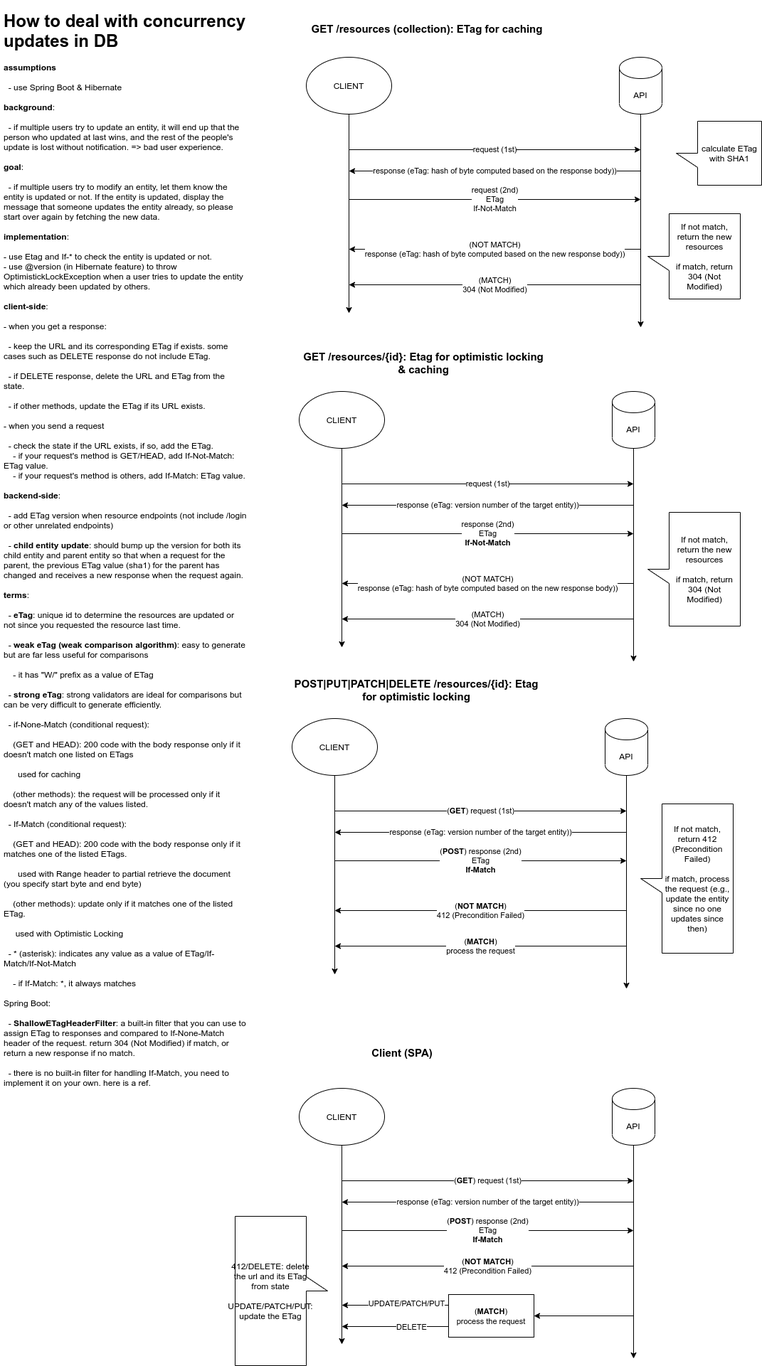
Before: optimistic-locking-with-rest-api.png, a diagram exported from draw.io (stsiwo/e-commerce-starter-kits). Source tidied: cells renumbered, new cells last; positions are measured from the earlier drawing's top-left corner, leaving out a move shared by most shapes.
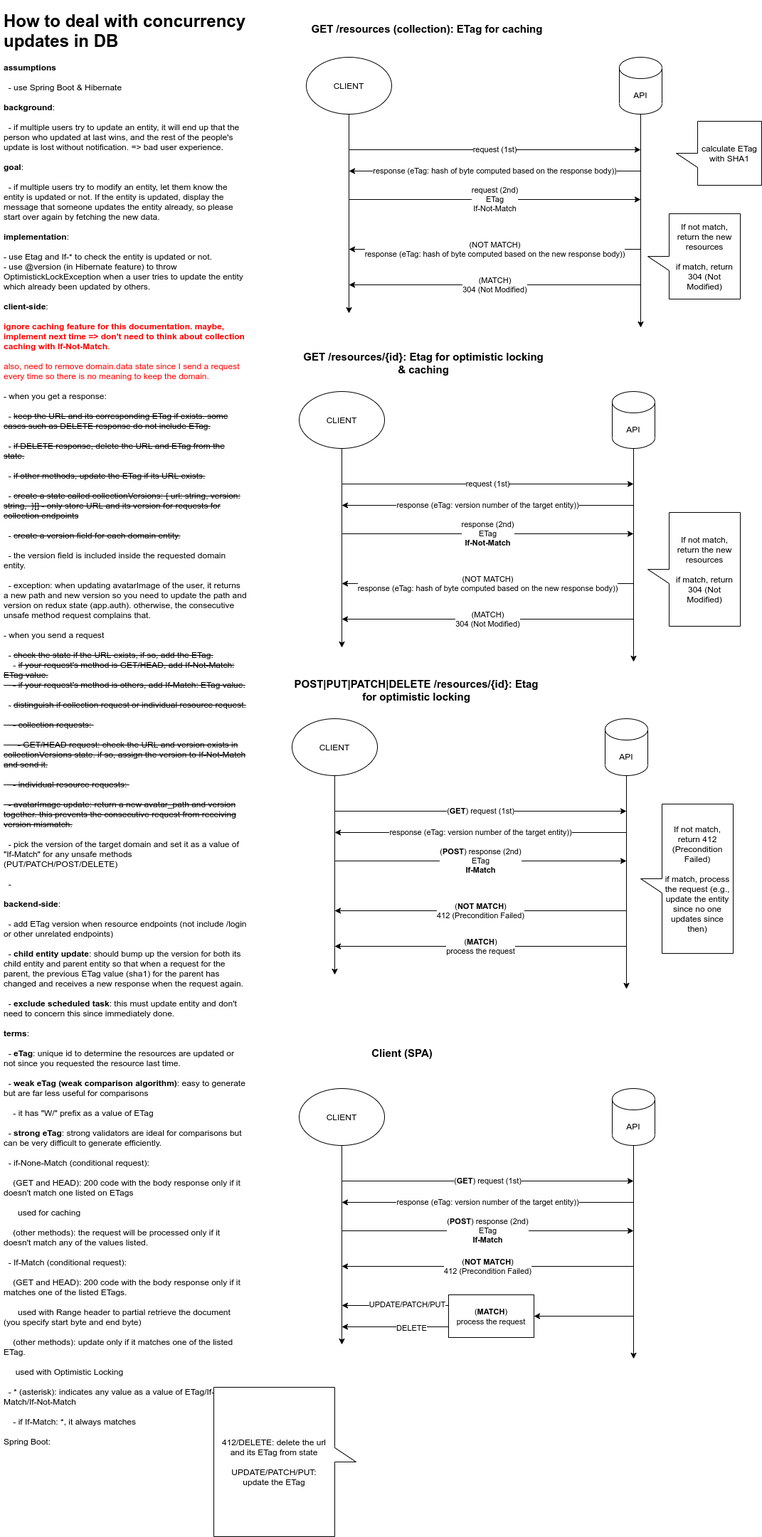
Later version of the same file.

Diff of the diagram source:
```diff
@@ -2,8 +2,8 @@
   <root>
     <mxCell id="0" />
     <mxCell id="1" parent="0" />
-    <mxCell id="2" value="&lt;h1&gt;How to deal with concurrency updates in DB&lt;/h1&gt;&lt;div&gt;&lt;b&gt;assumptions&lt;/b&gt;&lt;/div&gt;&lt;div&gt;&lt;br&gt;&lt;/div&gt;&lt;div&gt;&amp;nbsp; - use Spring Boot &amp;amp; Hibernate&amp;nbsp;&lt;/div&gt;&lt;div&gt;&lt;br&gt;&lt;/div&gt;&lt;div&gt;&lt;b&gt;background&lt;/b&gt;:&lt;/div&gt;&lt;div&gt;&lt;br&gt;&lt;/div&gt;&lt;div&gt;&amp;nbsp; - if multiple users try to update an entity, it will end up that the person who updated at last wins, and the rest of the people's update is lost without notification. =&amp;gt; bad user experience.&lt;/div&gt;&lt;div&gt;&lt;br&gt;&lt;/div&gt;&lt;div&gt;&lt;b&gt;goal&lt;/b&gt;:&lt;/div&gt;&lt;div&gt;&lt;br&gt;&lt;/div&gt;&lt;div&gt;&amp;nbsp; - if multiple users try to modify an entity, let them know the entity is updated or not. If the entity is updated, display the message that someone updates the entity already, so please start over again by fetching the new data.&lt;/div&gt;&lt;div&gt;&lt;br&gt;&lt;/div&gt;&lt;div&gt;&lt;b&gt;implementation&lt;/b&gt;:&amp;nbsp;&lt;/div&gt;&lt;div&gt;&lt;br&gt;&lt;/div&gt;&lt;div&gt;- use Etag and If-* to check the entity is updated or not.&lt;/div&gt;&lt;div&gt;- use @version (in Hibernate feature) to throw OptimistickLockException when a user tries to update the entity which already been updated by others.&lt;/div&gt;&lt;div&gt;&lt;br&gt;&lt;/div&gt;&lt;div&gt;&lt;b&gt;client-side&lt;/b&gt;:&amp;nbsp;&lt;/div&gt;&lt;div&gt;&lt;br&gt;&lt;/div&gt;&lt;div&gt;- when you get a response:&lt;/div&gt;&lt;div&gt;&lt;br&gt;&lt;/div&gt;&lt;div&gt;&amp;nbsp; - keep the URL and its corresponding ETag if exists. some cases such as DELETE response do not include ETag.&lt;/div&gt;&lt;div&gt;&lt;br&gt;&lt;/div&gt;&lt;div&gt;&amp;nbsp; - if DELETE response, delete the URL and ETag from the state.&lt;/div&gt;&lt;div&gt;&lt;br&gt;&lt;/div&gt;&lt;div&gt;&amp;nbsp; - if other methods, update the ETag if its URL exists.&lt;/div&gt;&lt;div&gt;&lt;br&gt;&lt;/div&gt;&lt;div&gt;- when you send a request&amp;nbsp;&lt;/div&gt;&lt;div&gt;&lt;br&gt;&lt;/div&gt;&lt;div&gt;&amp;nbsp; - check the state if the URL exists, if so, add the ETag.&lt;/div&gt;&lt;div&gt;&amp;nbsp; &amp;nbsp; - if your request's method is GET/HEAD, add If-Not-Match: ETag value.&lt;/div&gt;&lt;div&gt;&amp;nbsp; &amp;nbsp; - if your request's method is others, add If-Match: ETag value.&lt;/div&gt;&lt;div&gt;&lt;br&gt;&lt;/div&gt;&lt;div&gt;&lt;b&gt;backend-side&lt;/b&gt;:&amp;nbsp;&lt;/div&gt;&lt;div&gt;&lt;br&gt;&lt;/div&gt;&lt;div&gt;&amp;nbsp; - add ETag version when resource endpoints (not include /login or other unrelated endpoints)&lt;/div&gt;&lt;div&gt;&lt;br&gt;&lt;/div&gt;&lt;div&gt;&amp;nbsp; - &lt;b&gt;child entity update&lt;/b&gt;: should bump up the version for both its child entity and parent entity so that when a request for the parent, the previous ETag value (sha1) for the parent has changed and receives a new response when the request again.&lt;/div&gt;&lt;div&gt;&lt;br&gt;&lt;/div&gt;&lt;div&gt;&lt;b&gt;terms&lt;/b&gt;:&lt;/div&gt;&lt;div&gt;&lt;br&gt;&lt;/div&gt;&lt;div&gt;&amp;nbsp; - &lt;b&gt;eTag&lt;/b&gt;: unique id to determine the resources are updated or not since you requested the resource last time.&lt;/div&gt;&lt;div&gt;&lt;br&gt;&lt;/div&gt;&lt;div&gt;&amp;nbsp; - &lt;b&gt;weak eTag (weak comparison algorithm)&lt;/b&gt;: easy to generate but are far less useful for comparisons&lt;/div&gt;&lt;div&gt;&lt;br&gt;&lt;/div&gt;&lt;div&gt;&amp;nbsp; &amp;nbsp; - it has &quot;W/&quot; prefix as a value of ETag&lt;/div&gt;&lt;div&gt;&lt;br&gt;&lt;/div&gt;&lt;div&gt;&amp;nbsp; - &lt;b&gt;strong eTag&lt;/b&gt;: strong validators are ideal for comparisons but can be very difficult to generate efficiently.&amp;nbsp;&lt;/div&gt;&lt;div&gt;&lt;br&gt;&lt;/div&gt;&lt;div&gt;&amp;nbsp; - if-None-Match (conditional request):&amp;nbsp;&lt;/div&gt;&lt;div&gt;&lt;br&gt;&lt;/div&gt;&lt;div&gt;&amp;nbsp; &amp;nbsp; (GET and HEAD): 200 code with the body response only if it doesn't match one listed on ETags&lt;/div&gt;&lt;div&gt;&lt;br&gt;&lt;/div&gt;&lt;div&gt;&amp;nbsp; &amp;nbsp; &amp;nbsp; used for caching&lt;/div&gt;&lt;div&gt;&lt;br&gt;&lt;/div&gt;&lt;div&gt;&amp;nbsp; &amp;nbsp; (other methods): the request will be processed only if it doesn't match any of the values listed.&lt;/div&gt;&lt;div&gt;&lt;br&gt;&lt;/div&gt;&lt;div&gt;&amp;nbsp; - If-Match (conditional request):&lt;/div&gt;&lt;div&gt;&lt;br&gt;&lt;/div&gt;&lt;div&gt;&amp;nbsp; &amp;nbsp; (GET and HEAD): 200 code with the body response only if it matches one of the listed ETags.&lt;/div&gt;&lt;div&gt;&amp;nbsp;&lt;/div&gt;&lt;div&gt;&amp;nbsp; &amp;nbsp; &amp;nbsp; used with Range header to partial retrieve the document (you specify start byte and end byte)&lt;/div&gt;&lt;div&gt;&lt;br&gt;&lt;/div&gt;&lt;div&gt;&amp;nbsp; &amp;nbsp; (other methods): update only if it matches one of the listed ETag.&lt;/div&gt;&lt;div&gt;&lt;br&gt;&lt;/div&gt;&lt;div&gt;&amp;nbsp; &amp;nbsp; &amp;nbsp;used with Optimistic Locking&lt;/div&gt;&lt;div&gt;&lt;br&gt;&lt;/div&gt;&lt;div&gt;&amp;nbsp; - * (asterisk): indicates any value as a value of ETag/If-Match/If-Not-Match&lt;/div&gt;&lt;div&gt;&lt;br&gt;&lt;/div&gt;&lt;div&gt;&amp;nbsp; &amp;nbsp; - if If-Match: *, it always matches&lt;/div&gt;&lt;div&gt;&lt;br&gt;&lt;/div&gt;&lt;div&gt;Spring Boot:&amp;nbsp;&lt;/div&gt;&lt;div&gt;&lt;br&gt;&lt;/div&gt;&lt;div&gt;&amp;nbsp; - &lt;b&gt;&lt;a href=&quot;https://docs.spring.io/spring-framework/docs/current/javadoc-api/org/springframework/web/filter/ShallowEtagHeaderFilter.html&quot;&gt;ShallowETagHeaderFilter&lt;/a&gt;&lt;/b&gt;: a built-in filter that you can use to assign ETag to responses and compared to If-None-Match header of the request. return 304 (Not Modified) if match, or return a new response if no match.&amp;nbsp;&lt;/div&gt;&lt;div&gt;&lt;br&gt;&lt;/div&gt;&lt;div&gt;&amp;nbsp; - there is no built-in filter for handling If-Match, you need to implement it on your own. here is &lt;a href=&quot;https://www.novatec-gmbh.de/en/blog/managing-concurrency-in-a-distributed-restful-environment-with-spring-boot-and-angular2/&quot;&gt;a ref&lt;/a&gt;.&lt;/div&gt;" style="text;html=1;strokeColor=none;fillColor=none;spacing=5;spacingTop=-20;whiteSpace=wrap;overflow=hidden;rounded=0;" parent="1" vertex="1">
-      <mxGeometry width="350" height="1650" as="geometry" />
+    <mxCell id="2" value="&lt;h1&gt;How to deal with concurrency updates in DB&lt;/h1&gt;&lt;div&gt;&lt;b&gt;assumptions&lt;/b&gt;&lt;/div&gt;&lt;div&gt;&lt;br&gt;&lt;/div&gt;&lt;div&gt;&amp;nbsp; - use Spring Boot &amp;amp; Hibernate&amp;nbsp;&lt;/div&gt;&lt;div&gt;&lt;br&gt;&lt;/div&gt;&lt;div&gt;&lt;b&gt;background&lt;/b&gt;:&lt;/div&gt;&lt;div&gt;&lt;br&gt;&lt;/div&gt;&lt;div&gt;&amp;nbsp; - if multiple users try to update an entity, it will end up that the person who updated at last wins, and the rest of the people's update is lost without notification. =&amp;gt; bad user experience.&lt;/div&gt;&lt;div&gt;&lt;br&gt;&lt;/div&gt;&lt;div&gt;&lt;b&gt;goal&lt;/b&gt;:&lt;/div&gt;&lt;div&gt;&lt;br&gt;&lt;/div&gt;&lt;div&gt;&amp;nbsp; - if multiple users try to modify an entity, let them know the entity is updated or not. If the entity is updated, display the message that someone updates the entity already, so please start over again by fetching the new data.&lt;/div&gt;&lt;div&gt;&lt;br&gt;&lt;/div&gt;&lt;div&gt;&lt;b&gt;implementation&lt;/b&gt;:&amp;nbsp;&lt;/div&gt;&lt;div&gt;&lt;br&gt;&lt;/div&gt;&lt;div&gt;- use Etag and If-* to check the entity is updated or not.&lt;/div&gt;&lt;div&gt;- use @version (in Hibernate feature) to throw OptimistickLockException when a user tries to update the entity which already been updated by others.&lt;/div&gt;&lt;div&gt;&lt;br&gt;&lt;/div&gt;&lt;div&gt;&lt;b&gt;client-side&lt;/b&gt;:&amp;nbsp;&lt;/div&gt;&lt;div&gt;&lt;br&gt;&lt;/div&gt;&lt;div&gt;&lt;font color=&quot;#ff0000&quot;&gt;&lt;b&gt;ignore caching feature for this documentation. maybe, implement next time =&amp;gt; don't need to think about collection caching with If-Not-Match&lt;/b&gt;.&lt;/font&gt;&lt;/div&gt;&lt;div&gt;&lt;font color=&quot;#ff0000&quot;&gt;&lt;br&gt;&lt;/font&gt;&lt;/div&gt;&lt;div&gt;&lt;font color=&quot;#ff0000&quot;&gt;also, need to remove domain.data state since I send a request every time so there is no meaning to keep the domain.&lt;/font&gt;&lt;/div&gt;&lt;div&gt;&lt;br&gt;&lt;/div&gt;&lt;div&gt;- when you get a response:&lt;/div&gt;&lt;div&gt;&lt;br&gt;&lt;/div&gt;&lt;div&gt;&amp;nbsp; - &lt;strike&gt;keep the URL and its corresponding ETag if exists. some cases such as DELETE response do not include ETag.&lt;/strike&gt;&lt;/div&gt;&lt;div&gt;&lt;br&gt;&lt;/div&gt;&lt;div&gt;&amp;nbsp; - &lt;strike&gt;if DELETE response, delete the URL and ETag from the state.&lt;/strike&gt;&lt;/div&gt;&lt;div&gt;&lt;br&gt;&lt;/div&gt;&lt;div&gt;&amp;nbsp; - &lt;strike&gt;if other methods, update the ETag if its URL exists.&lt;/strike&gt;&lt;/div&gt;&lt;div&gt;&lt;br&gt;&lt;/div&gt;&lt;div&gt;&amp;nbsp; - &lt;strike&gt;create a state called collectionVersions: { url: string, version: string,&amp;nbsp; }[] - only store URL and its version for requests for collection endpoints&lt;/strike&gt;&lt;/div&gt;&lt;div&gt;&lt;br&gt;&lt;/div&gt;&lt;div&gt;&amp;nbsp; - &lt;strike&gt;create a version field for each domain entity.&lt;/strike&gt;&lt;/div&gt;&lt;div&gt;&lt;br&gt;&lt;/div&gt;&lt;div&gt;&amp;nbsp; - the version field is included inside the requested domain entity.&lt;/div&gt;&lt;div&gt;&lt;br&gt;&lt;/div&gt;&lt;div&gt;&amp;nbsp; - exception: when updating avatarImage of the user, it returns a new path and new version so you need to update the path and version on redux state (app.auth). otherwise, the consecutive unsafe method request complains that.&amp;nbsp;&lt;/div&gt;&lt;div&gt;&lt;br&gt;&lt;/div&gt;&lt;div&gt;- when you send a request&amp;nbsp;&lt;/div&gt;&lt;div&gt;&lt;br&gt;&lt;/div&gt;&lt;div&gt;&amp;nbsp; - &lt;strike&gt;check the state if the URL exists, if so, add the ETag.&lt;/strike&gt;&lt;/div&gt;&lt;div&gt;&amp;nbsp; &amp;nbsp; - &lt;strike&gt;if your request's method is GET/HEAD, add If-Not-Match: ETag value.&lt;/strike&gt;&lt;/div&gt;&lt;div&gt;&lt;strike&gt;&amp;nbsp; &amp;nbsp; - if your request's method is others, add If-Match: ETag value.&lt;/strike&gt;&lt;/div&gt;&lt;div&gt;&lt;br&gt;&lt;/div&gt;&lt;div&gt;&amp;nbsp; - &lt;strike&gt;distinguish if collection request or individual resource request.&lt;/strike&gt;&lt;/div&gt;&lt;div&gt;&lt;strike&gt;&lt;br&gt;&lt;/strike&gt;&lt;/div&gt;&lt;div&gt;&lt;strike&gt;&amp;nbsp; &amp;nbsp; - collection requests:&amp;nbsp;&lt;/strike&gt;&lt;/div&gt;&lt;div&gt;&lt;strike&gt;&lt;br&gt;&lt;/strike&gt;&lt;/div&gt;&lt;div&gt;&lt;strike&gt;&amp;nbsp; &amp;nbsp; &amp;nbsp; - GET/HEAD request: check the URL and version exists in collectionVersions state. if so, assign the version to If-Not-Match and send it.&lt;/strike&gt;&lt;/div&gt;&lt;div&gt;&lt;strike&gt;&lt;br&gt;&lt;/strike&gt;&lt;/div&gt;&lt;div&gt;&lt;strike&gt;&amp;nbsp; &amp;nbsp; - individual resource requests:&amp;nbsp;&lt;/strike&gt;&lt;/div&gt;&lt;div&gt;&lt;strike&gt;&lt;br&gt;&lt;/strike&gt;&lt;/div&gt;&lt;div&gt;&lt;strike&gt;&amp;nbsp; - avatarImage update: return a new avatar_path and version together. this prevents the consecutive request from receiving version mismatch.&lt;/strike&gt;&lt;/div&gt;&lt;div&gt;&lt;br&gt;&lt;/div&gt;&lt;div&gt;&amp;nbsp; - pick the version of the target domain and set it as a value of &quot;If-Match&quot; for any unsafe methods (PUT/PATCH/POST/DELETE)&lt;/div&gt;&lt;div&gt;&lt;br&gt;&lt;/div&gt;&lt;div&gt;&amp;nbsp; -&amp;nbsp;&lt;/div&gt;&lt;div&gt;&lt;br&gt;&lt;/div&gt;&lt;div&gt;&lt;b&gt;backend-side&lt;/b&gt;:&amp;nbsp;&lt;/div&gt;&lt;div&gt;&lt;br&gt;&lt;/div&gt;&lt;div&gt;&amp;nbsp; - add ETag version when resource endpoints (not include /login or other unrelated endpoints)&lt;/div&gt;&lt;div&gt;&lt;br&gt;&lt;/div&gt;&lt;div&gt;&amp;nbsp; - &lt;b&gt;child entity update&lt;/b&gt;: should bump up the version for both its child entity and parent entity so that when a request for the parent, the previous ETag value (sha1) for the parent has changed and receives a new response when the request again.&lt;/div&gt;&lt;div&gt;&lt;br&gt;&lt;/div&gt;&lt;div&gt;&amp;nbsp; - &lt;b&gt;exclude scheduled task&lt;/b&gt;: this must update entity and don't need to concern this since immediately done.&amp;nbsp;&lt;/div&gt;&lt;div&gt;&lt;br&gt;&lt;/div&gt;&lt;div&gt;&lt;b&gt;terms&lt;/b&gt;:&lt;/div&gt;&lt;div&gt;&lt;br&gt;&lt;/div&gt;&lt;div&gt;&amp;nbsp; - &lt;b&gt;eTag&lt;/b&gt;: unique id to determine the resources are updated or not since you requested the resource last time.&lt;/div&gt;&lt;div&gt;&lt;br&gt;&lt;/div&gt;&lt;div&gt;&amp;nbsp; - &lt;b&gt;weak eTag (weak comparison algorithm)&lt;/b&gt;: easy to generate but are far less useful for comparisons&lt;/div&gt;&lt;div&gt;&lt;br&gt;&lt;/div&gt;&lt;div&gt;&amp;nbsp; &amp;nbsp; - it has &quot;W/&quot; prefix as a value of ETag&lt;/div&gt;&lt;div&gt;&lt;br&gt;&lt;/div&gt;&lt;div&gt;&amp;nbsp; - &lt;b&gt;strong eTag&lt;/b&gt;: strong validators are ideal for comparisons but can be very difficult to generate efficiently.&amp;nbsp;&lt;/div&gt;&lt;div&gt;&lt;br&gt;&lt;/div&gt;&lt;div&gt;&amp;nbsp; - if-None-Match (conditional request):&amp;nbsp;&lt;/div&gt;&lt;div&gt;&lt;br&gt;&lt;/div&gt;&lt;div&gt;&amp;nbsp; &amp;nbsp; (GET and HEAD): 200 code with the body response only if it doesn't match one listed on ETags&lt;/div&gt;&lt;div&gt;&lt;br&gt;&lt;/div&gt;&lt;div&gt;&amp;nbsp; &amp;nbsp; &amp;nbsp; used for caching&lt;/div&gt;&lt;div&gt;&lt;br&gt;&lt;/div&gt;&lt;div&gt;&amp;nbsp; &amp;nbsp; (other methods): the request will be processed only if it doesn't match any of the values listed.&lt;/div&gt;&lt;div&gt;&lt;br&gt;&lt;/div&gt;&lt;div&gt;&amp;nbsp; - If-Match (conditional request):&lt;/div&gt;&lt;div&gt;&lt;br&gt;&lt;/div&gt;&lt;div&gt;&amp;nbsp; &amp;nbsp; (GET and HEAD): 200 code with the body response only if it matches one of the listed ETags.&lt;/div&gt;&lt;div&gt;&amp;nbsp;&lt;/div&gt;&lt;div&gt;&amp;nbsp; &amp;nbsp; &amp;nbsp; used with Range header to partial retrieve the document (you specify start byte and end byte)&lt;/div&gt;&lt;div&gt;&lt;br&gt;&lt;/div&gt;&lt;div&gt;&amp;nbsp; &amp;nbsp; (other methods): update only if it matches one of the listed ETag.&lt;/div&gt;&lt;div&gt;&lt;br&gt;&lt;/div&gt;&lt;div&gt;&amp;nbsp; &amp;nbsp; &amp;nbsp;used with Optimistic Locking&lt;/div&gt;&lt;div&gt;&lt;br&gt;&lt;/div&gt;&lt;div&gt;&amp;nbsp; - * (asterisk): indicates any value as a value of ETag/If-Match/If-Not-Match&lt;/div&gt;&lt;div&gt;&lt;br&gt;&lt;/div&gt;&lt;div&gt;&amp;nbsp; &amp;nbsp; - if If-Match: *, it always matches&lt;/div&gt;&lt;div&gt;&lt;br&gt;&lt;/div&gt;&lt;div&gt;Spring Boot:&amp;nbsp;&lt;/div&gt;&lt;div&gt;&lt;br&gt;&lt;/div&gt;&lt;div&gt;&amp;nbsp; - &lt;b&gt;&lt;a href=&quot;https://docs.spring.io/spring-framework/docs/current/javadoc-api/org/springframework/web/filter/ShallowEtagHeaderFilter.html&quot;&gt;ShallowETagHeaderFilter&lt;/a&gt;&lt;/b&gt;: a built-in filter that you can use to assign ETag to responses and compared to If-None-Match header of the request. return 304 (Not Modified) if match, or return a new response if no match.&amp;nbsp;&lt;/div&gt;&lt;div&gt;&lt;br&gt;&lt;/div&gt;&lt;div&gt;&amp;nbsp; - there is no built-in filter for handling If-Match, you need to implement it on your own. here is &lt;a href=&quot;https://www.novatec-gmbh.de/en/blog/managing-concurrency-in-a-distributed-restful-environment-with-spring-boot-and-angular2/&quot;&gt;a ref&lt;/a&gt;.&lt;/div&gt;" style="text;html=1;strokeColor=none;fillColor=none;spacing=5;spacingTop=-20;whiteSpace=wrap;overflow=hidden;rounded=0;" parent="1" vertex="1">
+      <mxGeometry width="350" height="2040" as="geometry" />
     </mxCell>
     <mxCell id="3" style="edgeStyle=none;rounded=0;jettySize=auto;html=1;" parent="1" edge="1" source="4">
       <mxGeometry relative="1" as="geometry">
@@ -232,7 +232,7 @@
       <mxGeometry x="630" y="1810" width="120" height="60" as="geometry" />
     </mxCell>
     <mxCell id="52" value="412/DELETE: delete the url and its ETag from state&lt;br&gt;&lt;br&gt;UPDATE/PATCH/PUT:&lt;br&gt;update the ETag" style="shape=callout;whiteSpace=wrap;html=1;perimeter=calloutPerimeter;strokeWidth=1;direction=north;" parent="1" vertex="1">
-      <mxGeometry x="330" y="1700" width="130" height="210" as="geometry" />
+      <mxGeometry x="300" y="1940" width="200" height="210" as="geometry" />
     </mxCell>
   </root>
 </mxGraphModel>
```
